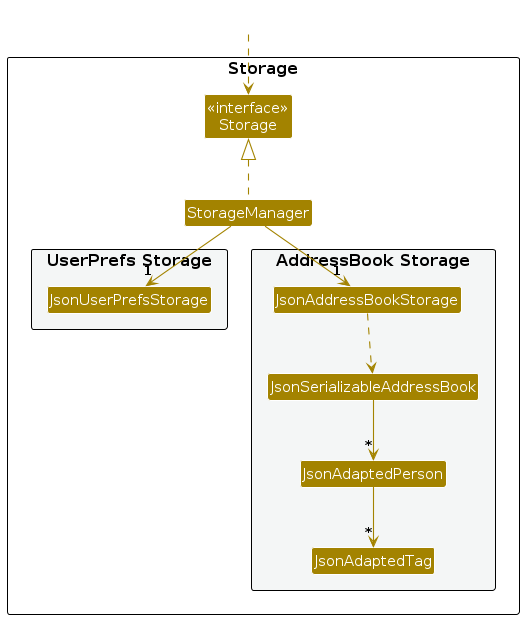
The PlantUML diagram diagrams/StorageClassDiagram.png in AY2627S1-CS2103T-W13-4/tp, before a commit. Its source is kept beside it as diagrams/StorageClassDiagram.puml. The source it was exported from:
```plantuml
@startuml
!include style.puml
skinparam arrowThickness 1.1
skinparam arrowColor STORAGE_COLOR
skinparam classBackgroundColor STORAGE_COLOR

package Storage as StoragePackage {

Class "<<interface>>\nStorage" as Storage
Class StorageManager

package "UserPrefs Storage" #F4F6F6{
Class JsonUserPrefsStorage
}

package "AddressBook Storage" #F4F6F6{
Class JsonAddressBookStorage
Class JsonSerializableAddressBook
Class JsonAdaptedPerson
Class JsonAdaptedTag
}

}

Class HiddenOutside #FFFFFF
HiddenOutside ..> Storage

StorageManager .up.|> Storage
StorageManager -down-> "1" JsonUserPrefsStorage
StorageManager -down-> "1" JsonAddressBookStorage

JsonAddressBookStorage ..> JsonSerializableAddressBook
JsonSerializableAddressBook --> "*" JsonAdaptedPerson
JsonAdaptedPerson --> "*" JsonAdaptedTag

@enduml
```
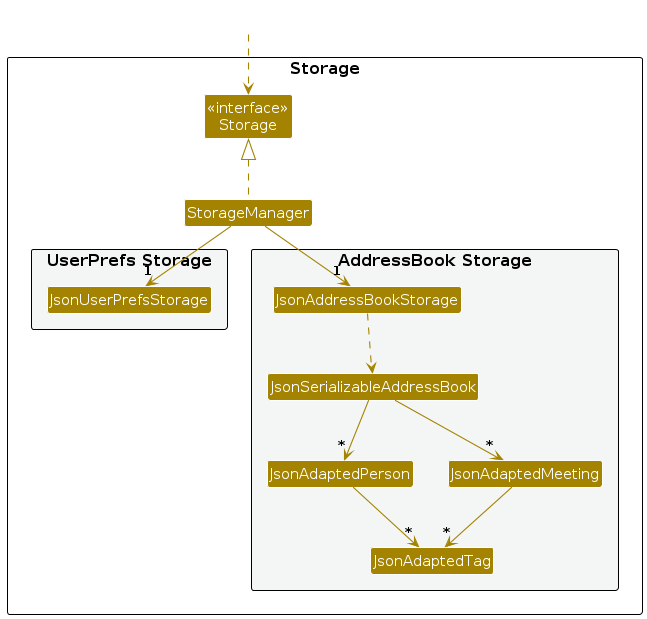
Above is the later version.

Change to the diagram source:
```diff
@@ -17,6 +17,7 @@
 Class JsonAddressBookStorage
 Class JsonSerializableAddressBook
 Class JsonAdaptedPerson
+Class JsonAdaptedMeeting
 Class JsonAdaptedTag
 }
 
@@ -31,6 +32,8 @@
 
 JsonAddressBookStorage ..> JsonSerializableAddressBook
 JsonSerializableAddressBook --> "*" JsonAdaptedPerson
+JsonSerializableAddressBook --> "*" JsonAdaptedMeeting
 JsonAdaptedPerson --> "*" JsonAdaptedTag
+JsonAdaptedMeeting --> "*" JsonAdaptedTag
 
 @enduml
```
